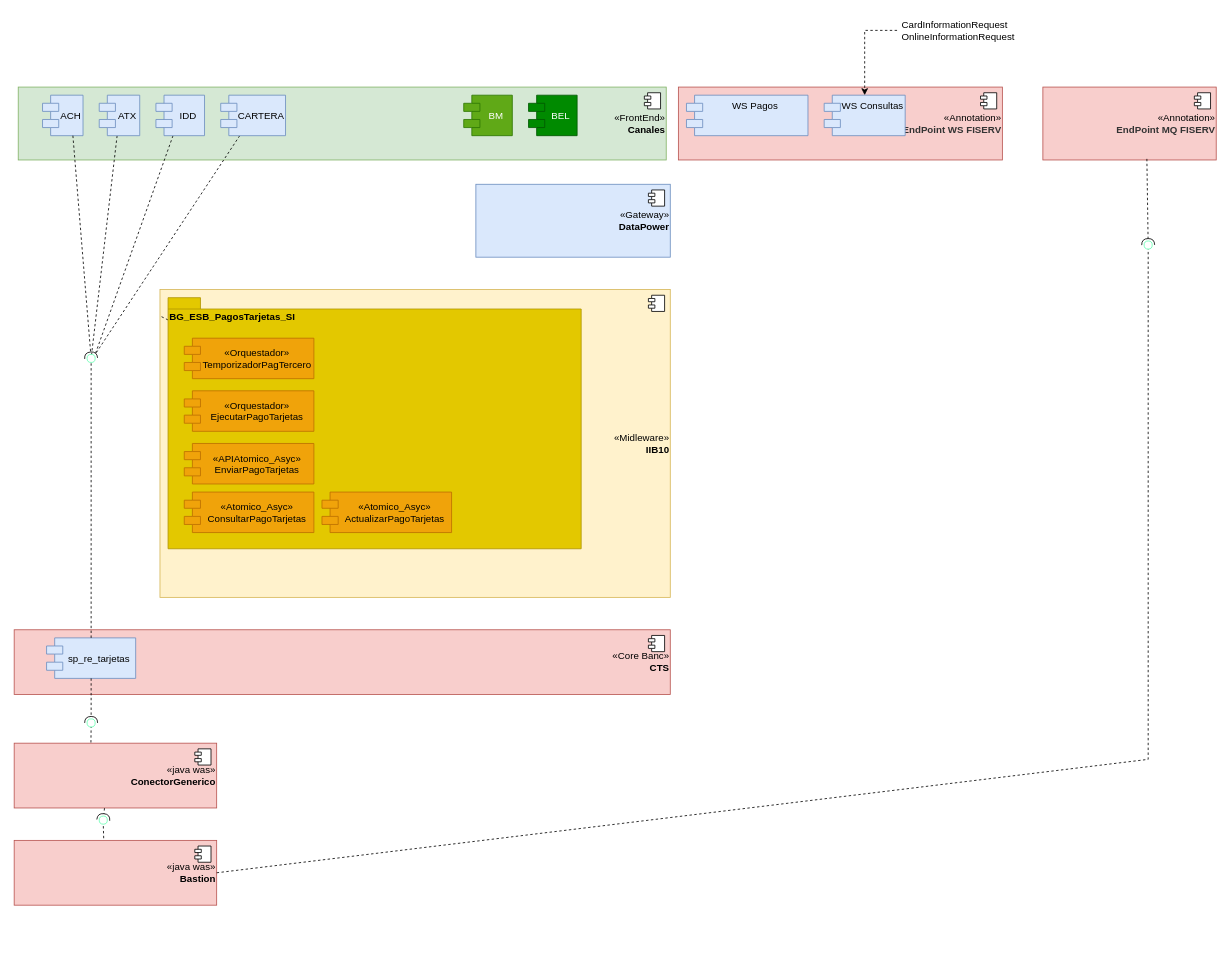
This is Untitled Diagram.drawio from salinashf/umlDiagram, a draw.io file, before an edit. Source tidied: cells renumbered, new cells numbered last; positions are measured from the earlier drawing's top-left corner, leaving out a move shared by most shapes. Both pictures are drawn from the tidied source at 81%, with x=0, y=0 at pixel (14, 14).
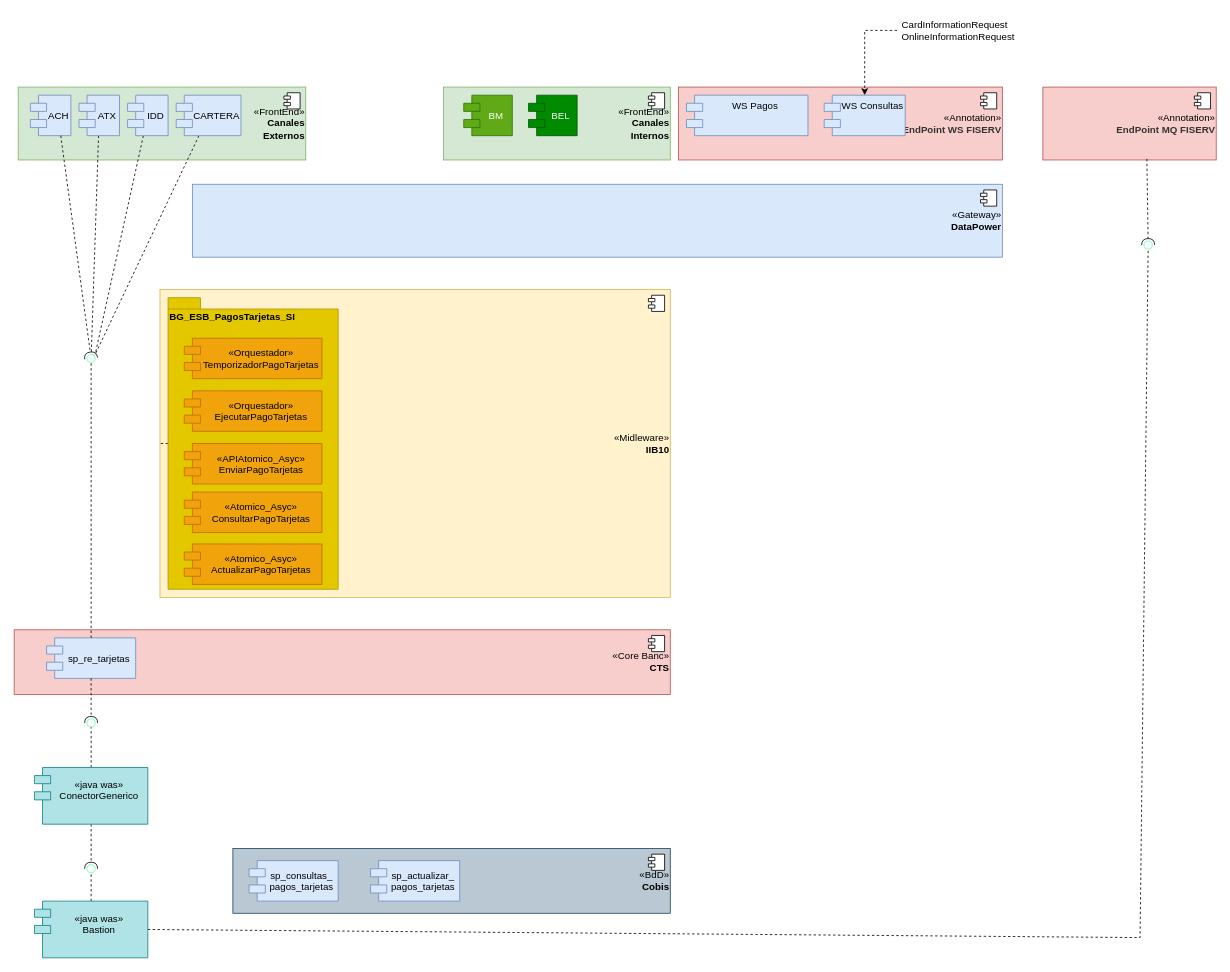
The same page after the edit.

Commit message:
Carga componentess

Unchanged cells that the change refers to:
```xml
<mxCell id="32" style="ellipse;whiteSpace=wrap;html=1;align=center;points=[];outlineConnect=0;sketch=0;labelBackgroundColor=none;fontColor=default;strokeColor=#66FFB3;" parent="1" vertex="1">
  <mxGeometry x="90" y="870" width="10" height="10" as="geometry" />
</mxCell>
<mxCell id="38" style="ellipse;whiteSpace=wrap;html=1;align=center;points=[];outlineConnect=0;sketch=0;labelBackgroundColor=none;fontColor=default;strokeColor=#66FFB3;" parent="1" vertex="1">
  <mxGeometry x="1395" y="280" width="10" height="10" as="geometry" />
</mxCell>
```

The edit, as a diff of the source:
```diff
@@
+    <mxCell id="51" value="&lt;div align=&quot;right&quot;&gt;«FrontEnd»&lt;/div&gt;&lt;div align=&quot;right&quot;&gt;&lt;b&gt;Canales&lt;/b&gt;&lt;/div&gt;&lt;div align=&quot;right&quot;&gt;&lt;b&gt;Internos&lt;/b&gt;&lt;br&gt;&lt;/div&gt;" style="html=1;align=right;strokeColor=#82b366;fillColor=#d5e8d4;verticalAlign=middle;labelBackgroundColor=none;" parent="1" vertex="1">
+      <mxGeometry x="530" y="90" width="280" height="90" as="geometry" />
+    </mxCell>
+    <mxCell id="52" style="shape=module;jettyWidth=8;jettyHeight=4;" parent="51" vertex="1">
+      <mxGeometry x="1" width="20" height="20" relative="1" as="geometry">
+        <mxPoint x="-27" y="7" as="offset" />
+      </mxGeometry>
+    </mxCell>
-    <mxCell id="2" value="&lt;div align=&quot;right&quot;&gt;«FrontEnd»&lt;/div&gt;&lt;div align=&quot;right&quot;&gt;&lt;b&gt;Canales&lt;/b&gt;&lt;br&gt;&lt;/div&gt;" style="html=1;align=right;strokeColor=#82b366;fillColor=#d5e8d4;verticalAlign=middle;labelBackgroundColor=none;" parent="1" vertex="1">
-      <mxGeometry x="5" y="90" width="800" height="90" as="geometry" />
+    <mxCell id="2" value="&lt;div align=&quot;right&quot;&gt;«FrontEnd»&lt;/div&gt;&lt;div align=&quot;right&quot;&gt;&lt;b&gt;Canales&lt;/b&gt;&lt;/div&gt;&lt;div align=&quot;right&quot;&gt;&lt;b&gt;Externos&lt;/b&gt;&lt;br&gt;&lt;/div&gt;" style="html=1;align=right;strokeColor=#82b366;fillColor=#d5e8d4;verticalAlign=middle;labelBackgroundColor=none;" parent="1" vertex="1">
+      <mxGeometry x="5" y="90" width="355" height="90" as="geometry" />
     </mxCell>
@@
     <mxCell id="6" value="&lt;div align=&quot;right&quot;&gt;«Gateway»&lt;br&gt;&lt;/div&gt;&lt;div align=&quot;right&quot;&gt;&lt;b&gt;DataPower&lt;/b&gt;&lt;/div&gt;" style="html=1;align=right;strokeColor=#6c8ebf;fillColor=#dae8fc;" parent="1" vertex="1">
-      <mxGeometry x="570" y="210" width="240" height="90" as="geometry" />
+      <mxGeometry x="220" y="210" width="1000" height="90" as="geometry" />
     </mxCell>
@@
     <mxCell id="15" value="IDD" style="shape=module;align=left;spacingLeft=20;align=center;verticalAlign=middle;strokeColor=#6c8ebf;fillColor=#dae8fc;" parent="1" vertex="1">
-      <mxGeometry x="175" y="100" width="60" height="50" as="geometry" />
+      <mxGeometry x="140" y="100" width="50" height="50" as="geometry" />
     </mxCell>
@@
     <mxCell id="17" value="ATX" style="shape=module;align=right;spacingLeft=20;align=center;verticalAlign=middle;strokeColor=#6c8ebf;fillColor=#dae8fc;" parent="1" vertex="1">
-      <mxGeometry x="105" y="100" width="50" height="50" as="geometry" />
+      <mxGeometry x="80" y="100" width="50" height="50" as="geometry" />
     </mxCell>
     <mxCell id="18" value="ACH" style="shape=module;align=right;spacingLeft=20;align=center;verticalAlign=middle;strokeColor=#6c8ebf;fillColor=#dae8fc;" parent="1" vertex="1">
-      <mxGeometry x="35" y="100" width="50" height="50" as="geometry" />
+      <mxGeometry x="20" y="100" width="50" height="50" as="geometry" />
     </mxCell>
@@
     <mxCell id="22" value="CARTERA" style="shape=module;align=left;spacingLeft=20;align=center;verticalAlign=middle;strokeColor=#6c8ebf;fillColor=#dae8fc;" parent="1" vertex="1">
-      <mxGeometry x="255" y="100" width="80" height="50" as="geometry" />
+      <mxGeometry x="200" y="100" width="80" height="50" as="geometry" />
     </mxCell>
@@
-    <mxCell id="25" value="&lt;div align=&quot;right&quot;&gt;«java was»&lt;/div&gt;&lt;div align=&quot;right&quot;&gt;&lt;b&gt;ConectorGenerico&lt;/b&gt;&lt;br&gt;&lt;/div&gt;" style="html=1;align=right;strokeColor=#b85450;fillColor=#f8cecc;" parent="1" vertex="1">
-      <mxGeometry y="900" width="250" height="80" as="geometry" />
-    </mxCell>
-    <mxCell id="26" style="shape=module;jettyWidth=8;jettyHeight=4;" parent="25" vertex="1">
-      <mxGeometry x="1" width="20" height="20" relative="1" as="geometry">
-        <mxPoint x="-27" y="7" as="offset" />
-      </mxGeometry>
-    </mxCell>
-    <mxCell id="27" value="&lt;div align=&quot;right&quot;&gt;«java was»&lt;/div&gt;&lt;div align=&quot;right&quot;&gt;&lt;b&gt;Bastion&lt;/b&gt;&lt;br&gt;&lt;/div&gt;" style="html=1;align=right;strokeColor=#b85450;fillColor=#f8cecc;" parent="1" vertex="1">
-      <mxGeometry y="1020" width="250" height="80" as="geometry" />
-    </mxCell>
-    <mxCell id="28" style="shape=module;jettyWidth=8;jettyHeight=4;" parent="27" vertex="1">
-      <mxGeometry x="1" width="20" height="20" relative="1" as="geometry">
-        <mxPoint x="-27" y="7" as="offset" />
-      </mxGeometry>
-    </mxCell>
@@
-    <mxCell id="30" style="rounded=0;jettySize=auto;html=1;endArrow=none;endFill=0;sketch=0;sourcePerimeterSpacing=0;targetPerimeterSpacing=0;dashed=1;fontColor=default;exitX=0.379;exitY=-0.01;exitDx=0;exitDy=0;exitPerimeter=0;" parent="1" edge="1" source="25" target="32">
+    <mxCell id="30" style="rounded=0;jettySize=auto;html=1;endArrow=none;endFill=0;sketch=0;sourcePerimeterSpacing=0;targetPerimeterSpacing=0;dashed=1;fontColor=default;" parent="1" edge="1" source="25" target="32">
       <mxGeometry relative="1" as="geometry" />
     </mxCell>
@@
-    <mxCell id="33" style="rounded=0;jettySize=auto;html=1;endArrow=none;endFill=0;sketch=0;sourcePerimeterSpacing=0;targetPerimeterSpacing=0;dashed=1;fontColor=default;exitX=0.442;exitY=-0.033;exitDx=0;exitDy=0;exitPerimeter=0;" parent="1" edge="1" source="27" target="35">
+    <mxCell id="33" style="rounded=0;jettySize=auto;html=1;endArrow=none;endFill=0;sketch=0;sourcePerimeterSpacing=0;targetPerimeterSpacing=0;dashed=1;fontColor=default;exitX=0.5;exitY=0;exitDx=0;exitDy=0;" parent="1" edge="1" source="27" target="35">
       <mxGeometry relative="1" as="geometry" />
     </mxCell>
-    <mxCell id="34" style="rounded=0;jettySize=auto;html=1;endArrow=halfCircle;endFill=0;entryX=0.5;entryY=0.5;endSize=6;strokeWidth=1;sketch=0;dashed=1;fontColor=default;exitX=0.446;exitY=1.003;exitDx=0;exitDy=0;exitPerimeter=0;" parent="1" edge="1" source="25" target="35">
+    <mxCell id="34" style="rounded=0;jettySize=auto;html=1;endArrow=halfCircle;endFill=0;entryX=0.5;entryY=0.5;endSize=6;strokeWidth=1;sketch=0;dashed=1;fontColor=default;exitX=0.5;exitY=1;exitDx=0;exitDy=0;" parent="1" edge="1" source="25" target="35">
       <mxGeometry relative="1" as="geometry" />
     </mxCell>
     <mxCell id="35" style="ellipse;whiteSpace=wrap;html=1;align=center;points=[];outlineConnect=0;sketch=0;labelBackgroundColor=none;fontColor=default;strokeColor=#66FFB3;" parent="1" vertex="1">
-      <mxGeometry x="105" y="990" width="10" height="10" as="geometry" />
+      <mxGeometry x="90" y="1050" width="10" height="10" as="geometry" />
     </mxCell>
     <mxCell id="36" style="rounded=0;jettySize=auto;html=1;endArrow=none;endFill=0;sketch=0;sourcePerimeterSpacing=0;targetPerimeterSpacing=0;dashed=1;fontColor=default;exitX=1;exitY=0.5;exitDx=0;exitDy=0;" parent="1" edge="1" source="27" target="38">
       <mxGeometry relative="1" as="geometry">
         <Array as="points">
-          <mxPoint x="1400" y="920" />
+          <mxPoint x="1390" y="1140" />
         </Array>
       </mxGeometry>
     </mxCell>
@@
     <mxCell id="45" value="BG_ESB_PagosTarjetas_SI" style="shape=folder;fontStyle=1;spacingTop=10;tabWidth=40;tabHeight=14;tabPosition=left;html=1;labelBackgroundColor=none;fontColor=#000000;strokeColor=#B09500;verticalAlign=top;align=left;fillColor=#e3c800;" parent="1" vertex="1">
-      <mxGeometry x="190" y="350" width="510" height="310" as="geometry" />
+      <mxGeometry x="190" y="350" width="210" height="360" as="geometry" />
     </mxCell>
-    <mxCell id="46" value="«Orquestador»&#10;TemporizadorPagTercero" style="shape=module;align=left;spacingLeft=20;align=center;verticalAlign=middle;labelBackgroundColor=none;fontColor=#000000;strokeColor=#BD7000;fillColor=#f0a30a;" parent="1" vertex="1">
-      <mxGeometry x="210" y="400" width="160" height="50" as="geometry" />
+    <mxCell id="46" value="«Orquestador»&#10;TemporizadorPagoTarjetas" style="shape=module;align=left;spacingLeft=20;align=center;verticalAlign=middle;labelBackgroundColor=none;fontColor=#000000;strokeColor=#BD7000;fillColor=#f0a30a;" parent="1" vertex="1">
+      <mxGeometry x="210" y="400" width="170" height="50" as="geometry" />
     </mxCell>
     <mxCell id="47" value="«Orquestador»&#10;EjecutarPagoTarjetas" style="shape=module;align=left;spacingLeft=20;align=center;verticalAlign=middle;labelBackgroundColor=none;fontColor=#000000;strokeColor=#BD7000;fillColor=#f0a30a;" parent="1" vertex="1">
-      <mxGeometry x="210" y="465" width="160" height="50" as="geometry" />
+      <mxGeometry x="210" y="465" width="170" height="50" as="geometry" />
     </mxCell>
     <mxCell id="48" value="«Atomico_Asyc»&#10;ConsultarPagoTarjetas" style="shape=module;align=left;spacingLeft=20;align=center;verticalAlign=middle;labelBackgroundColor=none;fontColor=#000000;strokeColor=#BD7000;fillColor=#f0a30a;" parent="1" vertex="1">
-      <mxGeometry x="210" y="590" width="160" height="50" as="geometry" />
+      <mxGeometry x="210" y="590" width="170" height="50" as="geometry" />
     </mxCell>
     <mxCell id="49" value="«APIAtomico_Asyc»&#10;EnviarPagoTarjetas" style="shape=module;align=left;spacingLeft=20;align=center;verticalAlign=middle;labelBackgroundColor=none;fontColor=#000000;strokeColor=#BD7000;fillColor=#f0a30a;" parent="1" vertex="1">
-      <mxGeometry x="210" y="530" width="160" height="50" as="geometry" />
+      <mxGeometry x="210" y="530" width="170" height="50" as="geometry" />
     </mxCell>
     <mxCell id="50" value="«Atomico_Asyc»&#10;ActualizarPagoTarjetas" style="shape=module;align=left;spacingLeft=20;align=center;verticalAlign=middle;labelBackgroundColor=none;fontColor=#000000;strokeColor=#BD7000;fillColor=#f0a30a;" parent="1" vertex="1">
-      <mxGeometry x="380" y="590" width="160" height="50" as="geometry" />
+      <mxGeometry x="210" y="654" width="170" height="50" as="geometry" />
     </mxCell>
+    <mxCell id="53" value="&lt;div align=&quot;right&quot;&gt;«BdD»&lt;/div&gt;&lt;div align=&quot;right&quot;&gt;&lt;b&gt;Cobis&lt;/b&gt;&lt;br&gt;&lt;/div&gt;" style="html=1;align=right;strokeColor=#23445d;fillColor=#bac8d3;" parent="1" vertex="1">
+      <mxGeometry x="270" y="1030" width="540" height="80" as="geometry" />
+    </mxCell>
+    <mxCell id="54" style="shape=module;jettyWidth=8;jettyHeight=4;" parent="53" vertex="1">
+      <mxGeometry x="1" width="20" height="20" relative="1" as="geometry">
+        <mxPoint x="-27" y="7" as="offset" />
+      </mxGeometry>
+    </mxCell>
+    <mxCell id="55" value="sp_consultas_&#10;pagos_tarjetas" style="shape=module;align=left;spacingLeft=20;align=center;verticalAlign=middle;strokeColor=#6c8ebf;fillColor=#dae8fc;" parent="1" vertex="1">
+      <mxGeometry x="290" y="1045" width="110" height="50" as="geometry" />
+    </mxCell>
+    <mxCell id="56" value="sp_actualizar_&#10;pagos_tarjetas" style="shape=module;align=left;spacingLeft=20;align=center;verticalAlign=middle;strokeColor=#6c8ebf;fillColor=#dae8fc;" parent="1" vertex="1">
+      <mxGeometry x="440" y="1045" width="110" height="50" as="geometry" />
+    </mxCell>
+    <mxCell id="25" value="«java was»&#10;ConectorGenerico&#10;" style="shape=module;align=left;spacingLeft=20;align=center;verticalAlign=middle;labelBackgroundColor=none;strokeColor=#0e8088;fillColor=#b0e3e6;" parent="1" vertex="1">
+      <mxGeometry x="25" y="930" width="140" height="70" as="geometry" />
+    </mxCell>
+    <mxCell id="27" value="«java was»&#10;Bastion&#10;" style="shape=module;align=left;spacingLeft=20;align=center;verticalAlign=middle;labelBackgroundColor=none;strokeColor=#0e8088;fillColor=#b0e3e6;" parent="1" vertex="1">
+      <mxGeometry x="25" y="1095" width="140" height="70" as="geometry" />
+    </mxCell>
```
